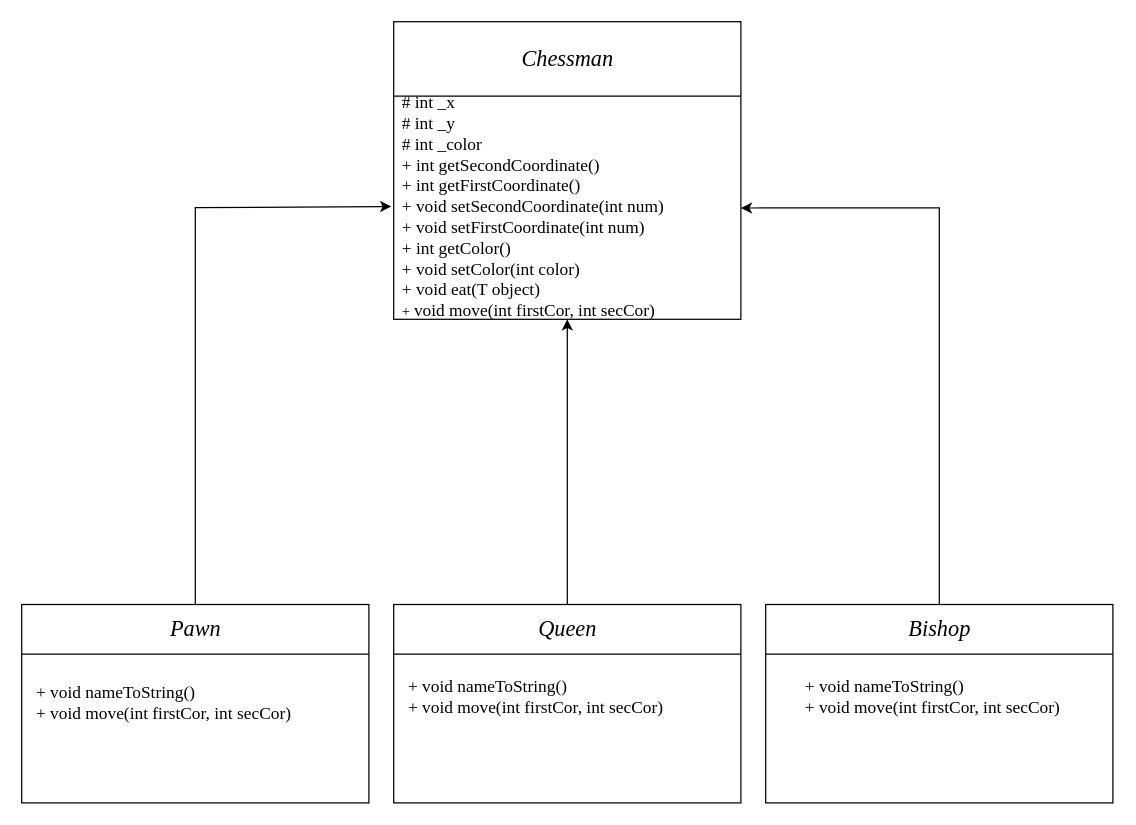
KartoonYoko/Lab4 keeps this draw.io diagram as v3.drawio. Above is the earlier version. Source tidied: cells renumbered, new cells numbered last; positions are measured from the earlier drawing's top-left corner, leaving out a move shared by most shapes. Both pictures are drawn from the tidied source at 124%, with x=0, y=0 at pixel (21, 21).
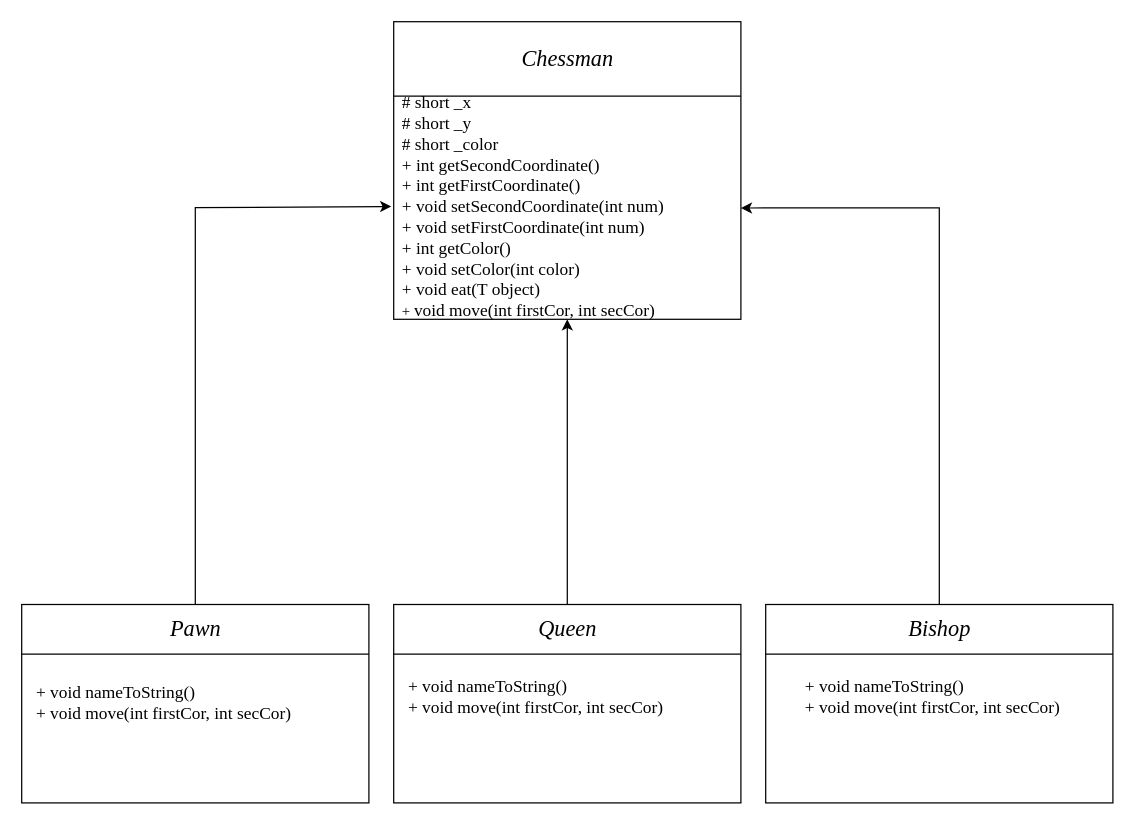
The same diagram, later.

Diff of the diagram source:
```diff
@@
-    <mxCell id="17" value="&lt;font style=&quot;font-size: 14px&quot; face=&quot;Times New Roman&quot;&gt;# int _x&lt;br&gt;# int _y&lt;br&gt;# int _color&lt;br&gt;+ int getSecondCoordinate()&lt;br&gt;+ int getFirstCoordinate()&lt;br&gt;+&amp;nbsp;&lt;/font&gt;&lt;span style=&quot;font-family: &amp;#34;times new roman&amp;#34; ; font-size: 14px&quot;&gt;void setSecondCoordinate(int num)&lt;/span&gt;&lt;br style=&quot;font-family: &amp;#34;times new roman&amp;#34; ; font-size: 14px&quot;&gt;&lt;span style=&quot;font-family: &amp;#34;times new roman&amp;#34; ; font-size: 14px&quot;&gt;+ void setFirstCoordinate(&lt;/span&gt;&lt;span style=&quot;font-family: &amp;#34;times new roman&amp;#34; ; font-size: 14px&quot;&gt;int num&lt;/span&gt;&lt;span style=&quot;font-family: &amp;#34;times new roman&amp;#34; ; font-size: 14px&quot;&gt;)&lt;br&gt;&lt;/span&gt;&lt;font face=&quot;Times New Roman&quot;&gt;&lt;font style=&quot;font-size: 14px&quot;&gt;+ int getColor()&lt;br&gt;+ void setColor(int color)&lt;br&gt;&lt;/font&gt;&lt;/font&gt;&lt;span style=&quot;font-family: &amp;#34;times new roman&amp;#34; ; font-size: 14px&quot;&gt;+ void eat(T object)&lt;br&gt;&lt;/span&gt;&lt;font face=&quot;Times New Roman&quot;&gt;+&amp;nbsp;&lt;/font&gt;&lt;span style=&quot;font-family: &amp;#34;times new roman&amp;#34; ; font-size: 14px&quot;&gt;void move(&lt;/span&gt;&lt;span style=&quot;font-family: &amp;#34;times new roman&amp;#34; ; font-size: 14px&quot;&gt;int firstCor, int secCor&lt;/span&gt;&lt;span style=&quot;font-family: &amp;#34;times new roman&amp;#34; ; font-size: 14px&quot;&gt;)&lt;/span&gt;&lt;font face=&quot;Times New Roman&quot;&gt;&lt;br&gt;&lt;/font&gt;" style="text;html=1;align=left;verticalAlign=middle;" parent="1" vertex="1">
+    <mxCell id="17" value="&lt;font style=&quot;font-size: 14px&quot; face=&quot;Times New Roman&quot;&gt;# short _x&lt;br&gt;# short _y&lt;br&gt;# short _color&lt;br&gt;+ int getSecondCoordinate()&lt;br&gt;+ int getFirstCoordinate()&lt;br&gt;+&amp;nbsp;&lt;/font&gt;&lt;span style=&quot;font-family: &amp;#34;times new roman&amp;#34; ; font-size: 14px&quot;&gt;void setSecondCoordinate(int num)&lt;/span&gt;&lt;br style=&quot;font-family: &amp;#34;times new roman&amp;#34; ; font-size: 14px&quot;&gt;&lt;span style=&quot;font-family: &amp;#34;times new roman&amp;#34; ; font-size: 14px&quot;&gt;+ void setFirstCoordinate(&lt;/span&gt;&lt;span style=&quot;font-family: &amp;#34;times new roman&amp;#34; ; font-size: 14px&quot;&gt;int num&lt;/span&gt;&lt;span style=&quot;font-family: &amp;#34;times new roman&amp;#34; ; font-size: 14px&quot;&gt;)&lt;br&gt;&lt;/span&gt;&lt;font face=&quot;Times New Roman&quot;&gt;&lt;font style=&quot;font-size: 14px&quot;&gt;+ int getColor()&lt;br&gt;+ void setColor(int color)&lt;br&gt;&lt;/font&gt;&lt;/font&gt;&lt;span style=&quot;font-family: &amp;#34;times new roman&amp;#34; ; font-size: 14px&quot;&gt;+ void eat(T object)&lt;br&gt;&lt;/span&gt;&lt;font face=&quot;Times New Roman&quot;&gt;+&amp;nbsp;&lt;/font&gt;&lt;span style=&quot;font-family: &amp;#34;times new roman&amp;#34; ; font-size: 14px&quot;&gt;void move(&lt;/span&gt;&lt;span style=&quot;font-family: &amp;#34;times new roman&amp;#34; ; font-size: 14px&quot;&gt;int firstCor, int secCor&lt;/span&gt;&lt;span style=&quot;font-family: &amp;#34;times new roman&amp;#34; ; font-size: 14px&quot;&gt;)&lt;/span&gt;&lt;font face=&quot;Times New Roman&quot;&gt;&lt;br&gt;&lt;/font&gt;" style="text;html=1;align=left;verticalAlign=middle;" parent="1" vertex="1">
       <mxGeometry x="305" y="70" width="230" height="160" as="geometry" />
     </mxCell>
```
